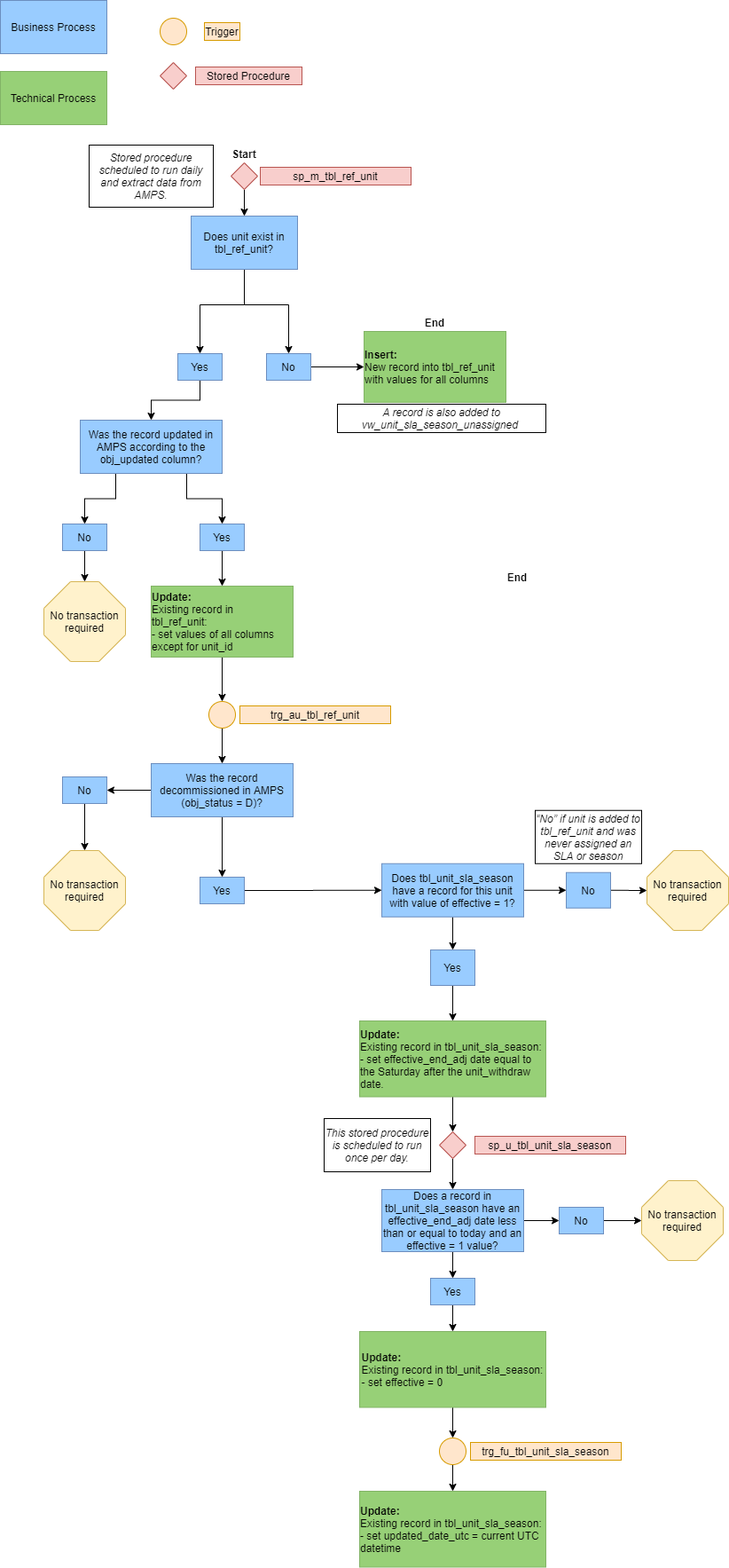
Above: images/diagram4.png in NYC-Parks/SLADB (draw.io), before the change. Source tidied: cells renumbered, new cells last; positions are measured from the earlier drawing's top-left corner, leaving out a move shared by most shapes.
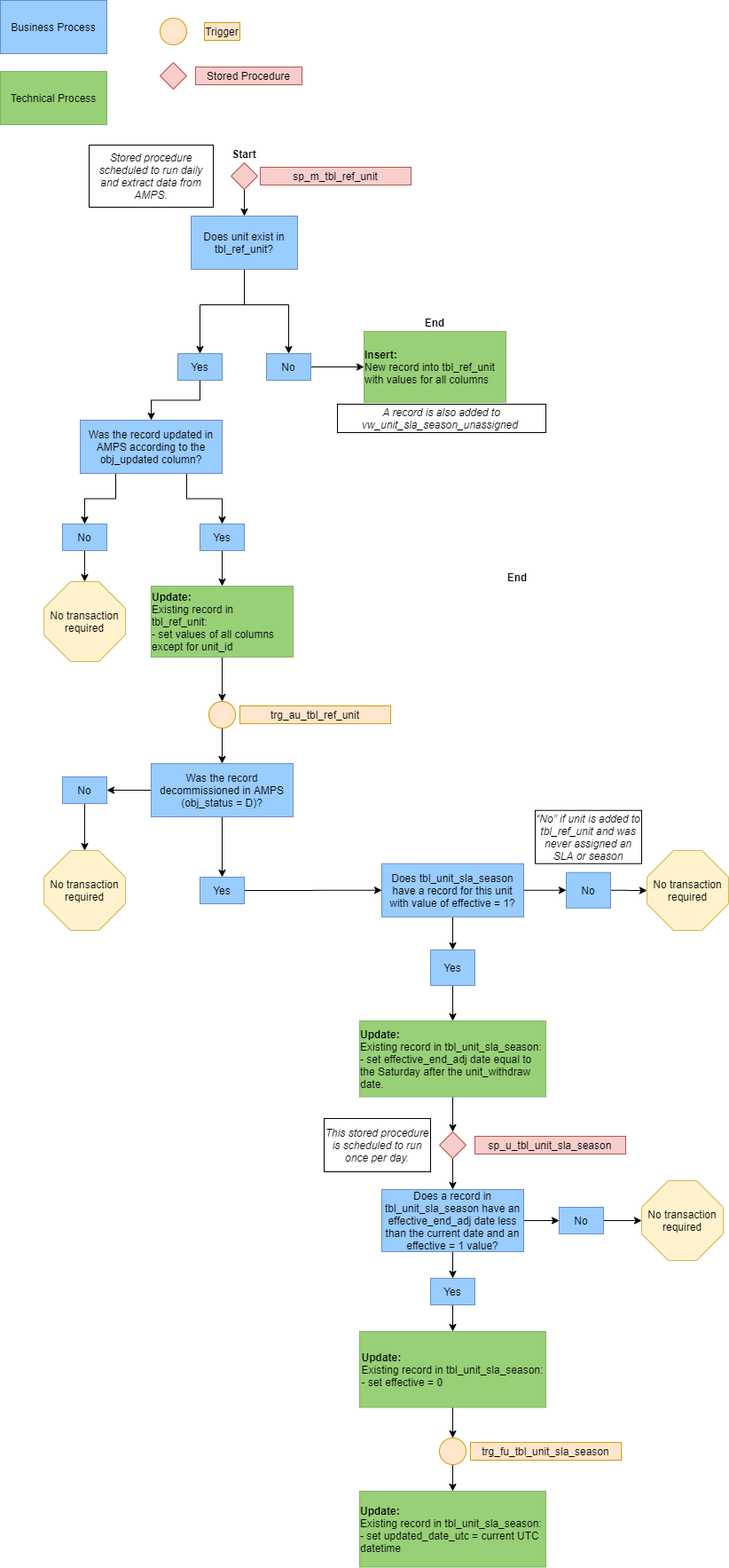
After the change.

Change to the diagram source:
```diff
@@ -186,7 +186,7 @@
     <mxCell id="60" style="edgeStyle=orthogonalEdgeStyle;rounded=0;jettySize=auto;html=1;exitX=0.5;exitY=1;exitDx=0;exitDy=0;entryX=0.5;entryY=0;entryDx=0;entryDy=0;" parent="1" edge="1" source="61" target="63">
       <mxGeometry relative="1" as="geometry" />
     </mxCell>
-    <mxCell id="61" value="Does a record in tbl_unit_sla_season have an effective_end_adj date less than or equal to today and an effective = 1 value?" style="rounded=0;whiteSpace=wrap;html=1;fillColor=#99CCFF;strokeColor=#6c8ebf;" parent="1" vertex="1">
+    <mxCell id="61" value="Does a record in tbl_unit_sla_season have an effective_end_adj date less than the current date and an effective = 1 value?" style="rounded=0;whiteSpace=wrap;html=1;fillColor=#99CCFF;strokeColor=#6c8ebf;" parent="1" vertex="1">
       <mxGeometry x="430" y="1340" width="160" height="70" as="geometry" />
     </mxCell>
     <mxCell id="62" style="edgeStyle=orthogonalEdgeStyle;rounded=0;jettySize=auto;html=1;exitX=0.5;exitY=1;exitDx=0;exitDy=0;entryX=0.5;entryY=0;entryDx=0;entryDy=0;" parent="1" edge="1" source="63" target="68">
```
